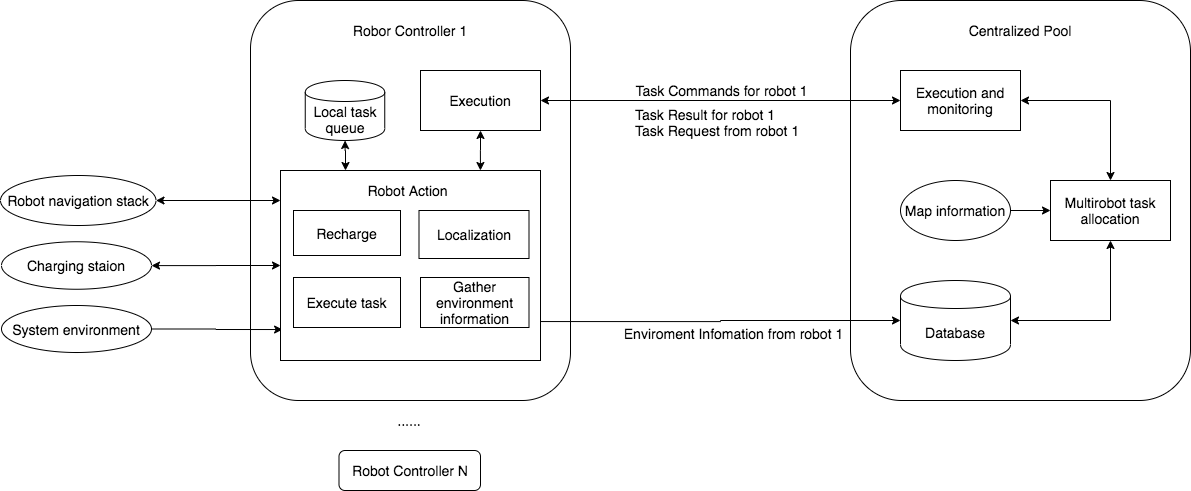
This is Thesis/content/images/ch3/architecture.drawio.png from xuanjiao/master_thesis, a draw.io export, as it was before one commit. Source tidied: cells renumbered, new cells last; positions are measured from the earlier drawing's top-left corner, leaving out a move shared by most shapes.
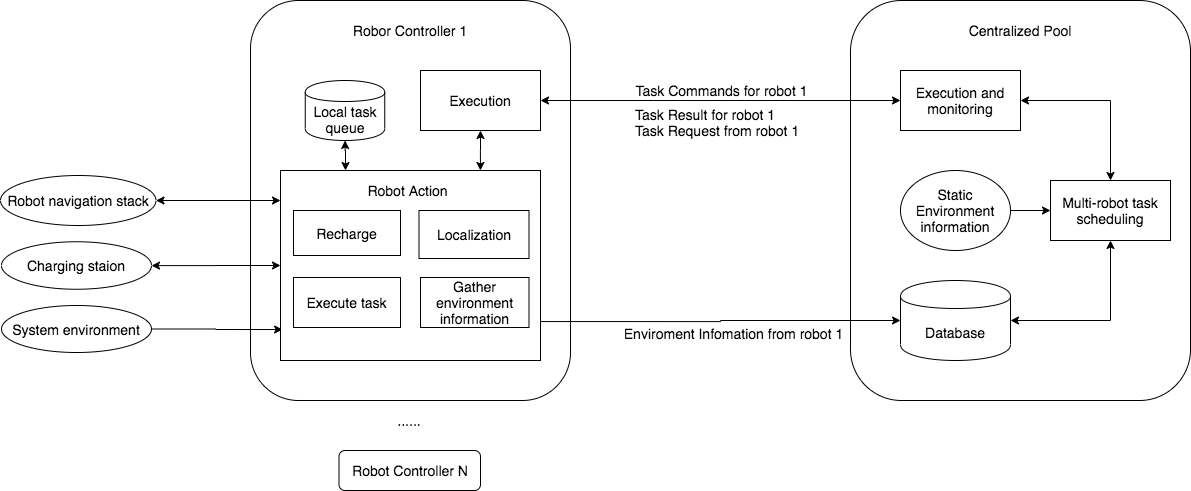
After the commit.

Change to the diagram source:
```diff
@@ -18,8 +18,8 @@
     <mxCell id="5" style="edgeStyle=orthogonalEdgeStyle;rounded=0;jettySize=auto;html=1;fontSize=14;" parent="1" edge="1" source="6" target="9">
       <mxGeometry relative="1" as="geometry" />
     </mxCell>
-    <mxCell id="6" value="&lt;span style=&quot;font-size: 14px;&quot;&gt;Map information&lt;/span&gt;" style="ellipse;whiteSpace=wrap;html=1;fontSize=14;" parent="1" vertex="1">
-      <mxGeometry x="900" y="180" width="110" height="60" as="geometry" />
+    <mxCell id="6" value="&lt;span style=&quot;font-size: 14px&quot;&gt;Static Environment&lt;br&gt;information&lt;/span&gt;" style="ellipse;whiteSpace=wrap;html=1;fontSize=14;" parent="1" vertex="1">
+      <mxGeometry x="900" y="170" width="110" height="80" as="geometry" />
     </mxCell>
     <mxCell id="7" style="edgeStyle=orthogonalEdgeStyle;rounded=0;jettySize=auto;html=1;exitX=1;exitY=0.5;exitDx=0;exitDy=0;fontSize=14;startArrow=classic;startFill=1;" parent="1" edge="1" source="8" target="9">
       <mxGeometry relative="1" as="geometry" />
@@ -27,7 +27,7 @@
     <mxCell id="8" value="Database" style="shape=cylinder;whiteSpace=wrap;html=1;boundedLbl=1;backgroundOutline=1;fontSize=14;" parent="1" vertex="1">
       <mxGeometry x="900" y="280" width="110" height="80" as="geometry" />
     </mxCell>
-    <mxCell id="9" value="Multirobot task allocation" style="rounded=0;whiteSpace=wrap;html=1;fontSize=14;" parent="1" vertex="1">
+    <mxCell id="9" value="Multi-robot task scheduling" style="rounded=0;whiteSpace=wrap;html=1;fontSize=14;" parent="1" vertex="1">
       <mxGeometry x="1050" y="180" width="120" height="60" as="geometry" />
     </mxCell>
     <mxCell id="10" value="Centralized Pool" style="text;html=1;strokeColor=none;fillColor=none;align=center;verticalAlign=middle;whiteSpace=wrap;rounded=0;fontSize=14;" parent="1" vertex="1">
```
